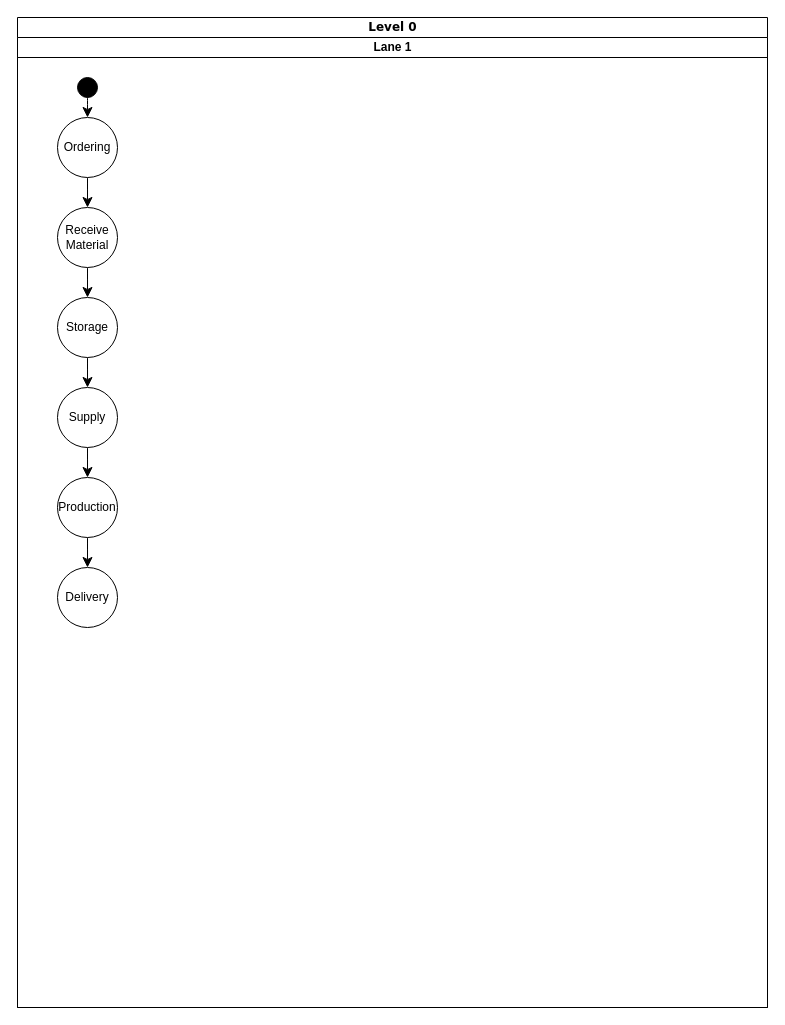
hendrasaputra0501/pemi-ay-bpa keeps this draw.io diagram as page "Level 0" (1 of 5) of Untitled Diagram.drawio. Above is the earlier version. Source tidied: cells renumbered, new cells numbered last; positions are measured from the earlier drawing's top-left corner, leaving out a move shared by most shapes. Both pictures are drawn from the tidied source at 100%, with x=0, y=0 at pixel (17, 17).
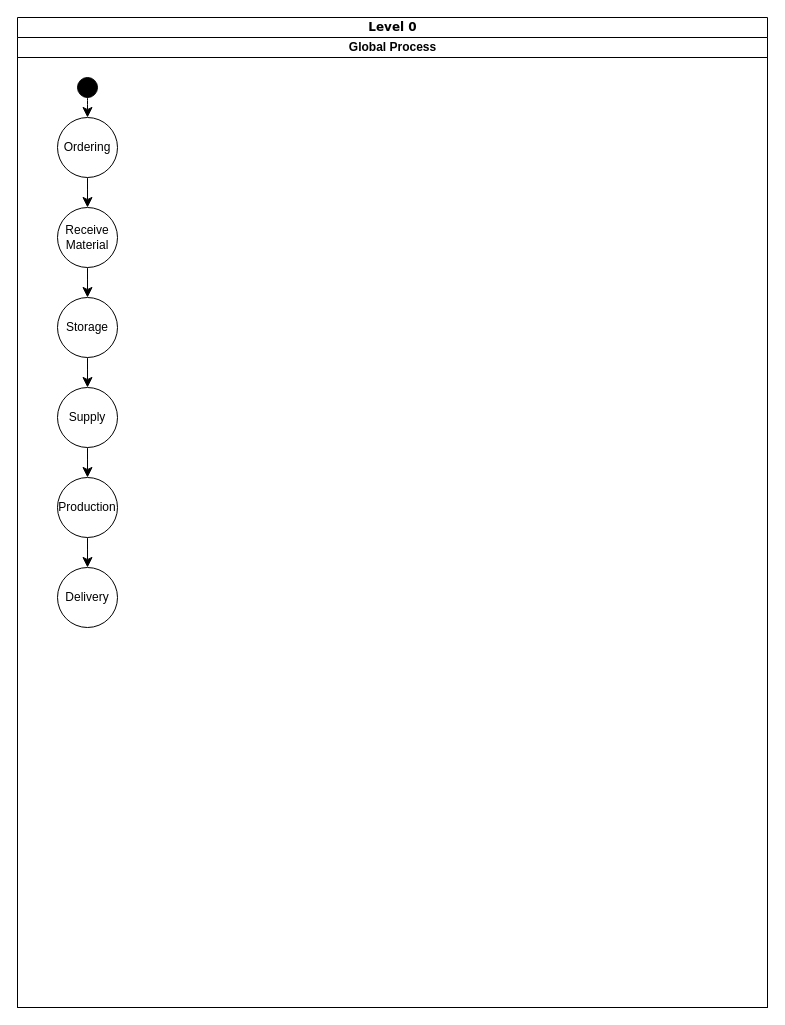
Above is the later version.

Diff of the diagram source:
```diff
@@
 <mxGraphModel>
   <root>
     <mxCell id="0" />
     <mxCell id="1" parent="0" />
     <mxCell id="2" value="Level 0" style="swimlane;html=1;startSize=20;rounded=0;shadow=0;comic=0;labelBackgroundColor=none;strokeWidth=1;fontFamily=Verdana;fontSize=12;align=center;" parent="1" vertex="1">
       <mxGeometry width="750" height="990" as="geometry" />
     </mxCell>
-    <mxCell id="3" value="Lane 1" style="swimlane;html=1;startSize=20;" parent="2" vertex="1">
+    <mxCell id="3" value="Global Process" style="swimlane;html=1;startSize=20;" parent="2" vertex="1">
       <mxGeometry y="20" width="750" height="970" as="geometry" />
     </mxCell>
     <mxCell id="4" style="edgeStyle=none;curved=1;rounded=0;jettySize=auto;html=1;fontSize=12;startSize=8;endSize=8;entryX=0.5;entryY=0;entryDx=0;entryDy=0;" parent="3" edge="1" source="5" target="8">
       <mxGeometry relative="1" as="geometry" />
     </mxCell>
     <mxCell id="5" style="ellipse;whiteSpace=wrap;html=1;rounded=0;shadow=0;comic=0;labelBackgroundColor=none;strokeWidth=1;fillColor=#000000;fontFamily=Verdana;fontSize=12;align=center;" parent="3" vertex="1">
       <mxGeometry x="60" y="40" width="20" height="20" as="geometry" />
     </mxCell>
     <mxCell id="6" style="edgeStyle=none;curved=1;rounded=0;orthogonalLoop=1;jettySize=auto;html=1;exitX=0.75;exitY=0;exitDx=0;exitDy=0;fontSize=12;startSize=8;endSize=8;" parent="3" edge="1">
       <mxGeometry relative="1" as="geometry">
         <mxPoint x="100" y="80" as="sourcePoint" />
         <mxPoint x="100" y="80" as="targetPoint" />
       </mxGeometry>
     </mxCell>
     <mxCell id="7" style="edgeStyle=none;curved=1;rounded=0;jettySize=auto;html=1;fontSize=12;startSize=8;endSize=8;entryX=0.5;entryY=0;entryDx=0;entryDy=0;" parent="3" edge="1" source="8" target="10">
       <mxGeometry relative="1" as="geometry" />
     </mxCell>
     <mxCell id="8" value="Ordering" style="ellipse;whiteSpace=wrap;html=1;" parent="3" vertex="1">
       <mxGeometry x="40" y="80" width="60" height="60" as="geometry" />
     </mxCell>
     <mxCell id="9" style="edgeStyle=none;curved=1;rounded=0;jettySize=auto;html=1;fontSize=12;startSize=8;endSize=8;entryX=0.5;entryY=0;entryDx=0;entryDy=0;" parent="3" edge="1" source="10" target="12">
       <mxGeometry relative="1" as="geometry" />
     </mxCell>
     <mxCell id="10" value="Receive Material" style="ellipse;whiteSpace=wrap;html=1;" parent="3" vertex="1">
       <mxGeometry x="40" y="170" width="60" height="60" as="geometry" />
     </mxCell>
     <mxCell id="11" style="edgeStyle=none;curved=1;rounded=0;jettySize=auto;html=1;fontSize=12;startSize=8;endSize=8;" parent="3" edge="1" source="12" target="14">
       <mxGeometry relative="1" as="geometry" />
     </mxCell>
     <mxCell id="12" value="Storage" style="ellipse;whiteSpace=wrap;html=1;" parent="3" vertex="1">
       <mxGeometry x="40" y="260" width="60" height="60" as="geometry" />
     </mxCell>
     <mxCell id="13" style="edgeStyle=none;curved=1;rounded=0;jettySize=auto;html=1;fontSize=12;startSize=8;endSize=8;" parent="3" edge="1" source="14" target="16">
       <mxGeometry relative="1" as="geometry" />
     </mxCell>
     <mxCell id="14" value="Supply" style="ellipse;whiteSpace=wrap;html=1;" parent="3" vertex="1">
       <mxGeometry x="40" y="350" width="60" height="60" as="geometry" />
     </mxCell>
     <mxCell id="15" style="edgeStyle=none;curved=1;rounded=0;jettySize=auto;html=1;fontSize=12;startSize=8;endSize=8;" parent="3" edge="1" source="16" target="17">
       <mxGeometry relative="1" as="geometry" />
     </mxCell>
     <mxCell id="16" value="Production" style="ellipse;whiteSpace=wrap;html=1;" parent="3" vertex="1">
       <mxGeometry x="40" y="440" width="60" height="60" as="geometry" />
     </mxCell>
     <mxCell id="17" value="Delivery" style="ellipse;whiteSpace=wrap;html=1;" parent="3" vertex="1">
       <mxGeometry x="40" y="530" width="60" height="60" as="geometry" />
     </mxCell>
   </root>
 </mxGraphModel>
```
